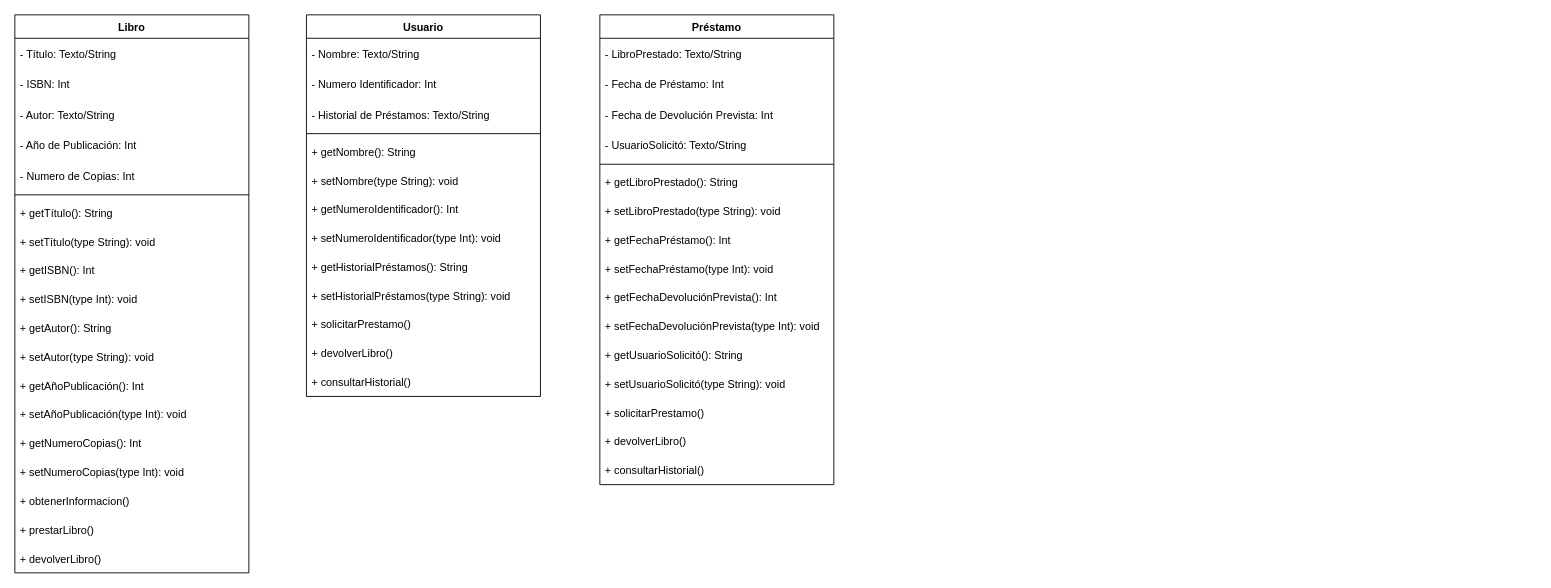
Before: Proyecto/Diagramas/ProyectoETS-PRO_DIagramas.drawio in PeterMartEsc/ETS, a draw.io diagram. Source tidied: cells renumbered, new cells numbered last; positions are measured from the earlier drawing's top-left corner, leaving out a move shared by most shapes. Both pictures are drawn from the tidied source at 90%, with x=0, y=0 at pixel (14, 14).
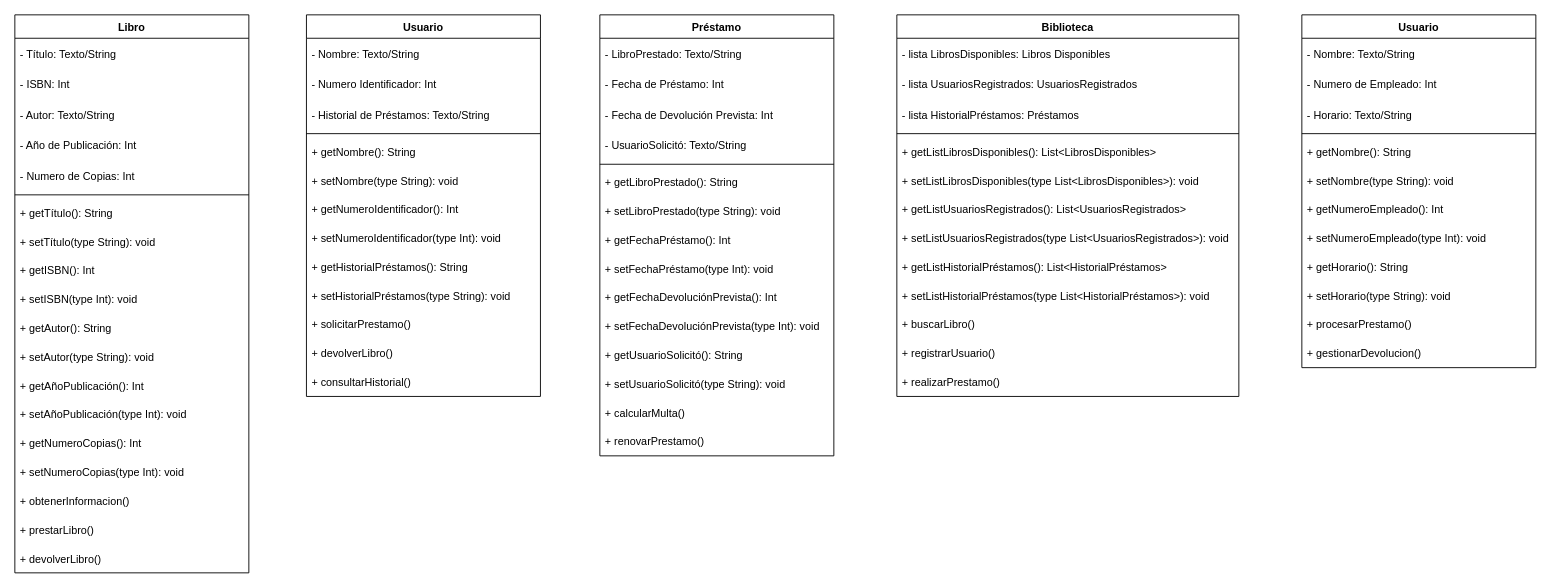
After the change.

The edit, as a diff of the source:
```diff
@@
     <mxCell id="36" value="Préstamo" style="swimlane;align=center;verticalAlign=middle;horizontal=1;startSize=26;" parent="1" vertex="1">
-      <mxGeometry x="650" width="260" height="522" as="geometry" />
+      <mxGeometry x="650" width="260" height="490" as="geometry" />
     </mxCell>
@@
-    <mxCell id="50" value="+ solicitarPrestamo()" style="text;strokeColor=none;fillColor=none;align=left;verticalAlign=middle;spacingLeft=4;spacingRight=4;overflow=hidden;" parent="36" vertex="1">
+    <mxCell id="50" value="+ calcularMulta()" style="text;strokeColor=none;fillColor=none;align=left;verticalAlign=middle;spacingLeft=4;spacingRight=4;overflow=hidden;" parent="36" vertex="1">
       <mxGeometry y="426" width="260" height="32" as="geometry" />
     </mxCell>
-    <mxCell id="51" value="+ devolverLibro()" style="text;strokeColor=none;fillColor=none;align=left;verticalAlign=middle;spacingLeft=4;spacingRight=4;overflow=hidden;" parent="36" vertex="1">
+    <mxCell id="51" value="+ renovarPrestamo()" style="text;strokeColor=none;fillColor=none;align=left;verticalAlign=middle;spacingLeft=4;spacingRight=4;overflow=hidden;" parent="36" vertex="1">
       <mxGeometry y="458" width="260" height="32" as="geometry" />
     </mxCell>
-    <mxCell id="52" value="+ consultarHistorial()" style="text;strokeColor=none;fillColor=none;align=left;verticalAlign=middle;spacingLeft=4;spacingRight=4;overflow=hidden;" parent="36" vertex="1">
-      <mxGeometry y="490" width="260" height="32" as="geometry" />
-    </mxCell>
+    <mxCell id="53" value="Biblioteca" style="swimlane;align=center;verticalAlign=middle;horizontal=1;startSize=26;" parent="1" vertex="1">
+      <mxGeometry x="980" width="380" height="424" as="geometry" />
+    </mxCell>
+    <mxCell id="54" value="- lista LibrosDisponibles: Libros Disponibles" style="text;align=left;verticalAlign=middle;spacingLeft=4;spacingRight=4;overflow=hidden;labelBackgroundColor=none;" parent="53" vertex="1">
+      <mxGeometry y="26" width="380" height="34" as="geometry" />
+    </mxCell>
+    <mxCell id="55" value="- lista UsuariosRegistrados: UsuariosRegistrados" style="text;align=left;verticalAlign=middle;spacingLeft=4;spacingRight=4;overflow=hidden;labelBackgroundColor=none;" parent="53" vertex="1">
+      <mxGeometry y="60" width="380" height="34" as="geometry" />
+    </mxCell>
+    <mxCell id="56" value="- lista HistorialPréstamos: Préstamos" style="text;align=left;verticalAlign=middle;spacingLeft=4;spacingRight=4;overflow=hidden;labelBackgroundColor=none;" parent="53" vertex="1">
+      <mxGeometry y="94" width="380" height="34" as="geometry" />
+    </mxCell>
+    <mxCell id="57" style="line;strokeWidth=1;fillColor=none;align=left;verticalAlign=middle;spacingTop=-1;spacingLeft=3;spacingRight=3;labelPosition=right;strokeColor=inherit;" parent="53" vertex="1">
+      <mxGeometry y="128" width="380" height="8" as="geometry" />
+    </mxCell>
+    <mxCell id="58" value="+ getListLibrosDisponibles(): List&lt;LibrosDisponibles&gt;" style="text;strokeColor=none;fillColor=none;align=left;verticalAlign=middle;spacingLeft=4;spacingRight=4;overflow=hidden;" parent="53" vertex="1">
+      <mxGeometry y="136" width="380" height="32" as="geometry" />
+    </mxCell>
+    <mxCell id="59" value="+ setListLibrosDisponibles(type List&lt;LibrosDisponibles&gt;): void" style="text;strokeColor=none;fillColor=none;align=left;verticalAlign=middle;spacingLeft=4;spacingRight=4;overflow=hidden;" parent="53" vertex="1">
+      <mxGeometry y="168" width="380" height="32" as="geometry" />
+    </mxCell>
+    <mxCell id="60" value="+ getListUsuariosRegistrados(): List&lt;UsuariosRegistrados&gt;" style="text;strokeColor=none;fillColor=none;align=left;verticalAlign=middle;spacingLeft=4;spacingRight=4;overflow=hidden;" parent="53" vertex="1">
+      <mxGeometry y="200" width="380" height="32" as="geometry" />
+    </mxCell>
+    <mxCell id="61" value="+ setListUsuariosRegistrados(type List&lt;UsuariosRegistrados&gt;): void" style="text;strokeColor=none;fillColor=none;align=left;verticalAlign=middle;spacingLeft=4;spacingRight=4;overflow=hidden;" parent="53" vertex="1">
+      <mxGeometry y="232" width="380" height="32" as="geometry" />
+    </mxCell>
+    <mxCell id="62" value="+ getListHistorialPréstamos(): List&lt;HistorialPréstamos&gt;" style="text;strokeColor=none;fillColor=none;align=left;verticalAlign=middle;spacingLeft=4;spacingRight=4;overflow=hidden;" parent="53" vertex="1">
+      <mxGeometry y="264" width="380" height="32" as="geometry" />
+    </mxCell>
+    <mxCell id="63" value="+ setListHistorialPréstamos(type List&lt;HistorialPréstamos&gt;): void" style="text;strokeColor=none;fillColor=none;align=left;verticalAlign=middle;spacingLeft=4;spacingRight=4;overflow=hidden;" parent="53" vertex="1">
+      <mxGeometry y="296" width="380" height="32" as="geometry" />
+    </mxCell>
+    <mxCell id="64" value="+ buscarLibro()" style="text;strokeColor=none;fillColor=none;align=left;verticalAlign=middle;spacingLeft=4;spacingRight=4;overflow=hidden;" parent="53" vertex="1">
+      <mxGeometry y="328" width="380" height="32" as="geometry" />
+    </mxCell>
+    <mxCell id="65" value="+ registrarUsuario()" style="text;strokeColor=none;fillColor=none;align=left;verticalAlign=middle;spacingLeft=4;spacingRight=4;overflow=hidden;" parent="53" vertex="1">
+      <mxGeometry y="360" width="380" height="32" as="geometry" />
+    </mxCell>
+    <mxCell id="66" value="+ realizarPrestamo()" style="text;strokeColor=none;fillColor=none;align=left;verticalAlign=middle;spacingLeft=4;spacingRight=4;overflow=hidden;" parent="53" vertex="1">
+      <mxGeometry y="392" width="380" height="32" as="geometry" />
+    </mxCell>
+    <mxCell id="67" value="Usuario" style="swimlane;align=center;verticalAlign=middle;horizontal=1;startSize=26;" parent="1" vertex="1">
+      <mxGeometry x="1430" width="260" height="392" as="geometry" />
+    </mxCell>
+    <mxCell id="68" value="- Nombre: Texto/String" style="text;strokeColor=none;fillColor=none;align=left;verticalAlign=middle;spacingLeft=4;spacingRight=4;overflow=hidden;" parent="67" vertex="1">
+      <mxGeometry y="26" width="260" height="34" as="geometry" />
+    </mxCell>
+    <mxCell id="69" value="- Numero de Empleado: Int" style="text;strokeColor=none;fillColor=none;align=left;verticalAlign=middle;spacingLeft=4;spacingRight=4;overflow=hidden;" parent="67" vertex="1">
+      <mxGeometry y="60" width="260" height="34" as="geometry" />
+    </mxCell>
+    <mxCell id="70" value="- Horario: Texto/String" style="text;strokeColor=none;fillColor=none;align=left;verticalAlign=middle;spacingLeft=4;spacingRight=4;overflow=hidden;" parent="67" vertex="1">
+      <mxGeometry y="94" width="260" height="34" as="geometry" />
+    </mxCell>
+    <mxCell id="71" style="line;strokeWidth=1;fillColor=none;align=left;verticalAlign=middle;spacingTop=-1;spacingLeft=3;spacingRight=3;labelPosition=right;strokeColor=inherit;" parent="67" vertex="1">
+      <mxGeometry y="128" width="260" height="8" as="geometry" />
+    </mxCell>
+    <mxCell id="72" value="+ getNombre(): String" style="text;strokeColor=none;fillColor=none;align=left;verticalAlign=middle;spacingLeft=4;spacingRight=4;overflow=hidden;" parent="67" vertex="1">
+      <mxGeometry y="136" width="260" height="32" as="geometry" />
+    </mxCell>
+    <mxCell id="73" value="+ setNombre(type String): void" style="text;strokeColor=none;fillColor=none;align=left;verticalAlign=middle;spacingLeft=4;spacingRight=4;overflow=hidden;" parent="67" vertex="1">
+      <mxGeometry y="168" width="260" height="32" as="geometry" />
+    </mxCell>
+    <mxCell id="74" value="+ getNumeroEmpleado(): Int" style="text;strokeColor=none;fillColor=none;align=left;verticalAlign=middle;spacingLeft=4;spacingRight=4;overflow=hidden;" parent="67" vertex="1">
+      <mxGeometry y="200" width="260" height="32" as="geometry" />
+    </mxCell>
+    <mxCell id="75" value="+ setNumeroEmpleado(type Int): void" style="text;strokeColor=none;fillColor=none;align=left;verticalAlign=middle;spacingLeft=4;spacingRight=4;overflow=hidden;" parent="67" vertex="1">
+      <mxGeometry y="232" width="260" height="32" as="geometry" />
+    </mxCell>
+    <mxCell id="76" value="+ getHorario(): String" style="text;strokeColor=none;fillColor=none;align=left;verticalAlign=middle;spacingLeft=4;spacingRight=4;overflow=hidden;" parent="67" vertex="1">
+      <mxGeometry y="264" width="260" height="32" as="geometry" />
+    </mxCell>
+    <mxCell id="77" value="+ setHorario(type String): void" style="text;strokeColor=none;fillColor=none;align=left;verticalAlign=middle;spacingLeft=4;spacingRight=4;overflow=hidden;" parent="67" vertex="1">
+      <mxGeometry y="296" width="260" height="32" as="geometry" />
+    </mxCell>
+    <mxCell id="78" value="+ procesarPrestamo()" style="text;strokeColor=none;fillColor=none;align=left;verticalAlign=middle;spacingLeft=4;spacingRight=4;overflow=hidden;" parent="67" vertex="1">
+      <mxGeometry y="328" width="260" height="32" as="geometry" />
+    </mxCell>
+    <mxCell id="79" value="+ gestionarDevolucion()" style="text;strokeColor=none;fillColor=none;align=left;verticalAlign=middle;spacingLeft=4;spacingRight=4;overflow=hidden;" parent="67" vertex="1">
+      <mxGeometry y="360" width="260" height="32" as="geometry" />
+    </mxCell>
```
